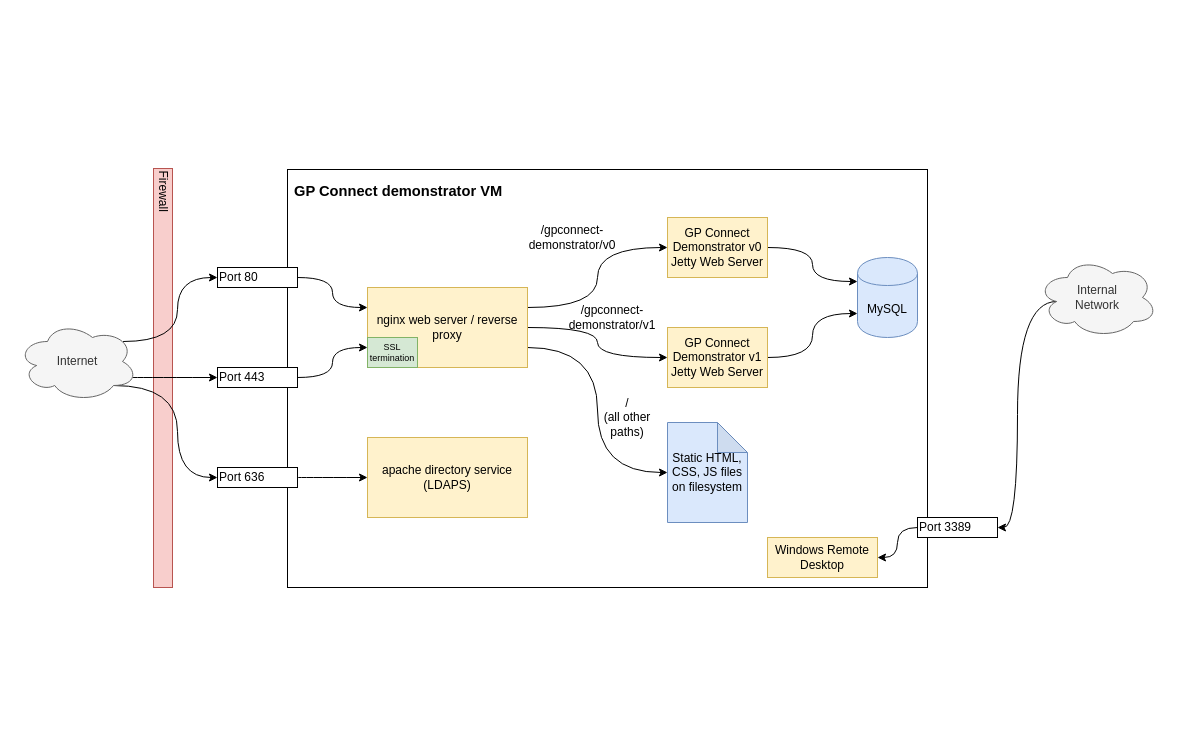
This is nginx/conf/internet-demonstrator.drawio from nhsconnect/gpconnect-demo-config, a draw.io file, before an edit. Source tidied: cells renumbered, new cells numbered last; positions are measured from the earlier drawing's top-left corner, leaving out a move shared by most shapes. Both pictures are drawn from the tidied source at 100%, with x=0, y=0 at pixel (17, 168).
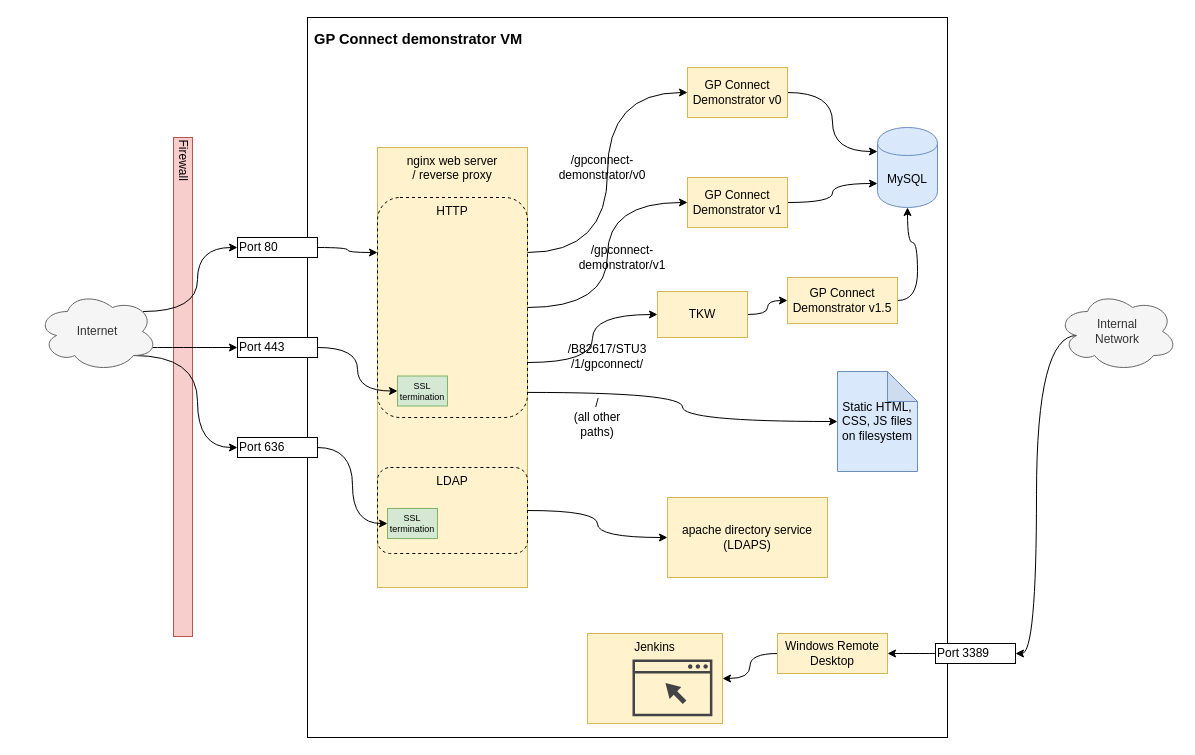
The same diagram, later.

Diff of the diagram source:
```diff
@@
+    <mxCell id="3" value="&lt;b style=&quot;font-family: &amp;#34;calibri&amp;#34; , sans-serif ; font-size: 16px&quot;&gt;&lt;span style=&quot;font-size: 11pt ; font-family: &amp;#34;arial&amp;#34; , sans-serif&quot;&gt;GP Connect demonstrator VM&lt;/span&gt;&lt;/b&gt;&lt;b style=&quot;font-family: &amp;#34;calibri&amp;#34; , sans-serif ; font-size: 16px&quot;&gt;&lt;span style=&quot;font-size: 11pt ; font-family: &amp;#34;arial&amp;#34; , sans-serif&quot;&gt;&lt;br&gt;&lt;/span&gt;&lt;/b&gt;" style="whiteSpace=wrap;html=1;align=left;verticalAlign=top;spacingLeft=5;spacingTop=5;" parent="1" vertex="1">
+      <mxGeometry x="290" y="-151" width="640" height="720" as="geometry" />
+    </mxCell>
+    <mxCell id="13" value="nginx web server &lt;br&gt;/ reverse proxy" style="rounded=0;whiteSpace=wrap;html=1;align=center;fillColor=#fff2cc;strokeColor=#d6b656;verticalAlign=top;" parent="1" vertex="1">
+      <mxGeometry x="360" y="-21" width="150" height="440" as="geometry" />
+    </mxCell>
+    <mxCell id="34" style="edgeStyle=orthogonalEdgeStyle;curved=1;jettySize=auto;html=1;exitX=1;exitY=0.75;exitDx=0;exitDy=0;entryX=0;entryY=0.5;entryDx=0;entryDy=0;" parent="1" edge="1" source="35" target="45">
+      <mxGeometry relative="1" as="geometry" />
+    </mxCell>
+    <mxCell id="35" value="HTTP" style="rounded=1;whiteSpace=wrap;html=1;fillColor=none;verticalAlign=top;dashed=1;" parent="1" vertex="1">
+      <mxGeometry x="360" y="29" width="150" height="220" as="geometry" />
+    </mxCell>
     <mxCell id="2" value="Firewall" style="rounded=0;whiteSpace=wrap;html=1;direction=east;horizontal=0;fillColor=#f8cecc;strokeColor=#b85450;labelPosition=center;verticalLabelPosition=middle;align=left;verticalAlign=middle;rotation=-180;" parent="1" vertex="1">
-      <mxGeometry x="136" width="19" height="419" as="geometry" />
+      <mxGeometry x="156" y="-31" width="19" height="499" as="geometry" />
     </mxCell>
-    <mxCell id="3" value="&lt;b style=&quot;font-family: &amp;#34;calibri&amp;#34; , sans-serif ; font-size: 16px&quot;&gt;&lt;span style=&quot;font-size: 11pt ; font-family: &amp;#34;arial&amp;#34; , sans-serif&quot;&gt;GP Connect demonstrator VM&lt;/span&gt;&lt;/b&gt;&lt;b style=&quot;font-family: &amp;#34;calibri&amp;#34; , sans-serif ; font-size: 16px&quot;&gt;&lt;span style=&quot;font-size: 11pt ; font-family: &amp;#34;arial&amp;#34; , sans-serif&quot;&gt;&lt;br&gt;&lt;/span&gt;&lt;/b&gt;" style="whiteSpace=wrap;html=1;align=left;verticalAlign=top;spacingLeft=5;spacingTop=5;" parent="1" vertex="1">
-      <mxGeometry x="270" y="1" width="640" height="418" as="geometry" />
-    </mxCell>
-    <mxCell id="4" style="edgeStyle=orthogonalEdgeStyle;jettySize=auto;html=1;exitX=1;exitY=0.5;exitDx=0;exitDy=0;entryX=0;entryY=0.25;entryDx=0;entryDy=0;curved=1;" parent="1" edge="1" source="5" target="13">
+    <mxCell id="4" style="edgeStyle=orthogonalEdgeStyle;jettySize=auto;html=1;exitX=1;exitY=0.5;exitDx=0;exitDy=0;entryX=0;entryY=0.25;entryDx=0;entryDy=0;curved=1;" parent="1" edge="1" source="5" target="35">
       <mxGeometry relative="1" as="geometry" />
     </mxCell>
     <mxCell id="5" value="Port 80" style="rounded=0;whiteSpace=wrap;html=1;align=left;" parent="1" vertex="1">
-      <mxGeometry x="200" y="99" width="80" height="20" as="geometry" />
+      <mxGeometry x="220" y="69" width="80" height="20" as="geometry" />
     </mxCell>
-    <mxCell id="6" style="edgeStyle=orthogonalEdgeStyle;jettySize=auto;html=1;exitX=1;exitY=0.5;exitDx=0;exitDy=0;entryX=0;entryY=0.75;entryDx=0;entryDy=0;curved=1;" parent="1" edge="1" source="7" target="13">
+    <mxCell id="6" style="edgeStyle=orthogonalEdgeStyle;jettySize=auto;html=1;exitX=1;exitY=0.5;exitDx=0;exitDy=0;entryX=0;entryY=0.5;entryDx=0;entryDy=0;curved=1;" parent="1" edge="1" source="7" target="14">
       <mxGeometry relative="1" as="geometry" />
     </mxCell>
     <mxCell id="7" value="Port 443" style="rounded=0;whiteSpace=wrap;html=1;align=left;" parent="1" vertex="1">
-      <mxGeometry x="200" y="199" width="80" height="20" as="geometry" />
+      <mxGeometry x="220" y="169" width="80" height="20" as="geometry" />
     </mxCell>
-    <mxCell id="8" style="edgeStyle=orthogonalEdgeStyle;curved=1;jettySize=auto;html=1;exitX=1;exitY=0.5;exitDx=0;exitDy=0;entryX=0;entryY=0.5;entryDx=0;entryDy=0;fontSize=12;" parent="1" edge="1" source="9" target="24">
-      <mxGeometry relative="1" as="geometry" />
-    </mxCell>
+    <mxCell id="36" style="edgeStyle=orthogonalEdgeStyle;jettySize=auto;html=1;exitX=1;exitY=0.5;exitDx=0;exitDy=0;entryX=0;entryY=0.5;entryDx=0;entryDy=0;curved=1;" parent="1" edge="1" source="9" target="41">
+      <mxGeometry relative="1" as="geometry" />
+    </mxCell>
     <mxCell id="9" value="Port 636" style="rounded=0;whiteSpace=wrap;html=1;align=left;" parent="1" vertex="1">
-      <mxGeometry x="200" y="299" width="80" height="20" as="geometry" />
+      <mxGeometry x="220" y="269" width="80" height="20" as="geometry" />
     </mxCell>
-    <mxCell id="10" style="edgeStyle=orthogonalEdgeStyle;jettySize=auto;html=1;exitX=1;exitY=0.25;exitDx=0;exitDy=0;entryX=0;entryY=0.5;entryDx=0;entryDy=0;fontSize=12;curved=1;" parent="1" edge="1" source="13" target="17">
+    <mxCell id="10" style="edgeStyle=orthogonalEdgeStyle;jettySize=auto;html=1;exitX=1;exitY=0.25;exitDx=0;exitDy=0;entryX=0;entryY=0.5;entryDx=0;entryDy=0;fontSize=12;curved=1;" parent="1" edge="1" source="35" target="17">
       <mxGeometry relative="1" as="geometry" />
     </mxCell>
-    <mxCell id="11" style="edgeStyle=orthogonalEdgeStyle;jettySize=auto;html=1;exitX=1;exitY=0.5;exitDx=0;exitDy=0;entryX=0;entryY=0.5;entryDx=0;entryDy=0;fontSize=12;curved=1;" parent="1" edge="1" source="13" target="19">
+    <mxCell id="11" style="edgeStyle=orthogonalEdgeStyle;jettySize=auto;html=1;exitX=1;exitY=0.5;exitDx=0;exitDy=0;entryX=0;entryY=0.5;entryDx=0;entryDy=0;fontSize=12;curved=1;" parent="1" edge="1" source="35" target="19">
       <mxGeometry relative="1" as="geometry" />
     </mxCell>
-    <mxCell id="12" style="edgeStyle=orthogonalEdgeStyle;curved=1;jettySize=auto;html=1;exitX=1;exitY=0.75;exitDx=0;exitDy=0;entryX=0;entryY=0.5;entryDx=0;entryDy=0;fontSize=12;entryPerimeter=0;" parent="1" edge="1" source="13" target="20">
-      <mxGeometry relative="1" as="geometry" />
-    </mxCell>
-    <mxCell id="13" value="nginx web server / reverse proxy" style="rounded=0;whiteSpace=wrap;html=1;align=center;fillColor=#fff2cc;strokeColor=#d6b656;" parent="1" vertex="1">
-      <mxGeometry x="350" y="119" width="160" height="80" as="geometry" />
-    </mxCell>
     <mxCell id="14" value="SSL termination&lt;br style=&quot;font-size: 9px;&quot;&gt;" style="rounded=0;whiteSpace=wrap;html=1;align=center;fontSize=9;fillColor=#d5e8d4;strokeColor=#82b366;" parent="1" vertex="1">
-      <mxGeometry x="350" y="169" width="50" height="30" as="geometry" />
+      <mxGeometry x="380" y="207.5" width="50" height="30" as="geometry" />
     </mxCell>
     <mxCell id="15" value="MySQL" style="shape=cylinder;whiteSpace=wrap;html=1;boundedLbl=1;backgroundOutline=1;fontSize=12;align=center;fillColor=#dae8fc;strokeColor=#6c8ebf;" parent="1" vertex="1">
-      <mxGeometry x="840" y="89" width="60" height="80" as="geometry" />
+      <mxGeometry x="860" y="-41" width="60" height="80" as="geometry" />
     </mxCell>
@@
-    <mxCell id="17" value="GP Connect Demonstrator v0 Jetty Web Server" style="rounded=0;whiteSpace=wrap;html=1;fontSize=12;align=center;fillColor=#fff2cc;strokeColor=#d6b656;" parent="1" vertex="1">
-      <mxGeometry x="650" y="49" width="100" height="60" as="geometry" />
+    <mxCell id="17" value="GP Connect Demonstrator v0" style="rounded=0;whiteSpace=wrap;html=1;fontSize=12;align=center;fillColor=#fff2cc;strokeColor=#d6b656;" parent="1" vertex="1">
+      <mxGeometry x="670" y="-101" width="100" height="50" as="geometry" />
     </mxCell>
@@
-    <mxCell id="19" value="GP Connect Demonstrator v1 Jetty Web Server" style="rounded=0;whiteSpace=wrap;html=1;fontSize=12;align=center;fillColor=#fff2cc;strokeColor=#d6b656;" parent="1" vertex="1">
-      <mxGeometry x="650" y="159" width="100" height="60" as="geometry" />
+    <mxCell id="19" value="GP Connect Demonstrator v1" style="rounded=0;whiteSpace=wrap;html=1;fontSize=12;align=center;fillColor=#fff2cc;strokeColor=#d6b656;" parent="1" vertex="1">
+      <mxGeometry x="670" y="9" width="100" height="50" as="geometry" />
     </mxCell>
     <mxCell id="20" value="&lt;span&gt;Static HTML, CSS, JS files on filesystem&lt;/span&gt;" style="shape=note;whiteSpace=wrap;html=1;backgroundOutline=1;darkOpacity=0.05;fontSize=12;align=center;fillColor=#dae8fc;strokeColor=#6c8ebf;" parent="1" vertex="1">
-      <mxGeometry x="650" y="254" width="80" height="100" as="geometry" />
+      <mxGeometry x="820" y="203" width="80" height="100" as="geometry" />
     </mxCell>
     <mxCell id="21" value="/gpconnect-demonstrator/v0" style="text;html=1;strokeColor=none;align=center;verticalAlign=middle;whiteSpace=wrap;rounded=0;fontSize=12;" parent="1" vertex="1">
-      <mxGeometry x="490" y="49" width="130" height="40" as="geometry" />
+      <mxGeometry x="520" y="-21" width="130" height="40" as="geometry" />
     </mxCell>
     <mxCell id="22" value="/gpconnect-demonstrator/v1" style="text;html=1;strokeColor=none;align=center;verticalAlign=middle;whiteSpace=wrap;rounded=0;fontSize=12;" parent="1" vertex="1">
-      <mxGeometry x="530" y="129" width="130" height="40" as="geometry" />
+      <mxGeometry x="540" y="69" width="130" height="40" as="geometry" />
     </mxCell>
     <mxCell id="23" value="/&lt;br&gt;(all other paths)" style="text;html=1;strokeColor=none;align=center;verticalAlign=middle;whiteSpace=wrap;rounded=0;fontSize=12;" parent="1" vertex="1">
-      <mxGeometry x="580" y="229" width="60" height="40" as="geometry" />
+      <mxGeometry x="550" y="229" width="60" height="40" as="geometry" />
     </mxCell>
     <mxCell id="24" value="apache directory service&lt;br&gt;(LDAPS)" style="rounded=0;whiteSpace=wrap;html=1;align=center;fillColor=#fff2cc;strokeColor=#d6b656;" parent="1" vertex="1">
-      <mxGeometry x="350" y="269" width="160" height="80" as="geometry" />
+      <mxGeometry x="650" y="329" width="160" height="80" as="geometry" />
     </mxCell>
@@
     <mxCell id="28" value="Internet" style="ellipse;shape=cloud;whiteSpace=wrap;html=1;fillColor=#f5f5f5;fontSize=12;align=center;strokeColor=#666666;fontColor=#333333;" parent="1" vertex="1">
-      <mxGeometry y="153" width="120" height="80" as="geometry" />
+      <mxGeometry x="20" y="123" width="120" height="80" as="geometry" />
     </mxCell>
@@
     <mxCell id="30" value="Internal &lt;br&gt;Network" style="ellipse;shape=cloud;whiteSpace=wrap;html=1;fillColor=#f5f5f5;fontSize=12;align=center;strokeColor=#666666;fontColor=#333333;" parent="1" vertex="1">
-      <mxGeometry x="1020" y="89" width="120" height="80" as="geometry" />
+      <mxGeometry x="1040" y="123" width="120" height="80" as="geometry" />
     </mxCell>
-    <mxCell id="31" style="edgeStyle=orthogonalEdgeStyle;curved=1;jettySize=auto;html=1;exitX=0;exitY=0.5;exitDx=0;exitDy=0;entryX=1;entryY=0.5;entryDx=0;entryDy=0;fontSize=12;" parent="1" edge="1" source="32" target="33">
+    <mxCell id="31" style="edgeStyle=orthogonalEdgeStyle;curved=1;jettySize=auto;html=1;exitX=0;exitY=0.5;exitDx=0;exitDy=0;" parent="1" edge="1" source="32" target="33">
       <mxGeometry relative="1" as="geometry" />
     </mxCell>
     <mxCell id="32" value="Port 3389" style="rounded=0;whiteSpace=wrap;html=1;align=left;" parent="1" vertex="1">
-      <mxGeometry x="900" y="349" width="80" height="20" as="geometry" />
+      <mxGeometry x="918" y="475" width="80" height="20" as="geometry" />
     </mxCell>
+    <mxCell id="37" style="edgeStyle=orthogonalEdgeStyle;curved=1;jettySize=auto;html=1;exitX=0;exitY=0.5;exitDx=0;exitDy=0;entryX=1;entryY=0.5;entryDx=0;entryDy=0;" parent="1" edge="1" source="33" target="47">
+      <mxGeometry relative="1" as="geometry" />
+    </mxCell>
     <mxCell id="33" value="Windows Remote Desktop" style="rounded=0;whiteSpace=wrap;html=1;fillColor=#fff2cc;fontSize=12;align=center;strokeColor=#d6b656;" parent="1" vertex="1">
-      <mxGeometry x="750" y="369" width="110" height="40" as="geometry" />
+      <mxGeometry x="760" y="465" width="110" height="40" as="geometry" />
     </mxCell>
+    <mxCell id="38" style="edgeStyle=orthogonalEdgeStyle;curved=1;jettySize=auto;html=1;exitX=1;exitY=0.5;exitDx=0;exitDy=0;entryX=0;entryY=0.5;entryDx=0;entryDy=0;" parent="1" edge="1" source="40" target="24">
+      <mxGeometry relative="1" as="geometry" />
+    </mxCell>
+    <mxCell id="39" style="edgeStyle=orthogonalEdgeStyle;curved=1;jettySize=auto;html=1;exitX=1;exitY=0.886;exitDx=0;exitDy=0;entryX=0;entryY=0.5;entryDx=0;entryDy=0;entryPerimeter=0;exitPerimeter=0;" parent="1" edge="1" source="35" target="20">
+      <mxGeometry relative="1" as="geometry" />
+    </mxCell>
+    <mxCell id="40" value="LDAP" style="rounded=1;whiteSpace=wrap;html=1;fillColor=none;verticalAlign=top;dashed=1;" parent="1" vertex="1">
+      <mxGeometry x="360" y="299" width="150" height="86" as="geometry" />
+    </mxCell>
+    <mxCell id="41" value="SSL termination&lt;br style=&quot;font-size: 9px;&quot;&gt;" style="rounded=0;whiteSpace=wrap;html=1;align=center;fontSize=9;fillColor=#d5e8d4;strokeColor=#82b366;" parent="1" vertex="1">
+      <mxGeometry x="370" y="340" width="50" height="30" as="geometry" />
+    </mxCell>
+    <mxCell id="42" style="edgeStyle=orthogonalEdgeStyle;curved=1;jettySize=auto;html=1;exitX=1;exitY=0.5;exitDx=0;exitDy=0;entryX=0.5;entryY=1;entryDx=0;entryDy=0;" parent="1" edge="1" source="43" target="15">
+      <mxGeometry relative="1" as="geometry" />
+    </mxCell>
+    <mxCell id="43" value="GP Connect Demonstrator v1.5" style="rounded=0;whiteSpace=wrap;html=1;fontSize=12;align=center;fillColor=#fff2cc;strokeColor=#d6b656;" parent="1" vertex="1">
+      <mxGeometry x="770" y="109" width="110" height="46" as="geometry" />
+    </mxCell>
+    <mxCell id="44" style="edgeStyle=orthogonalEdgeStyle;curved=1;jettySize=auto;html=1;exitX=1;exitY=0.5;exitDx=0;exitDy=0;entryX=0;entryY=0.5;entryDx=0;entryDy=0;" parent="1" edge="1" source="45" target="43">
+      <mxGeometry relative="1" as="geometry" />
+    </mxCell>
+    <mxCell id="45" value="TKW" style="rounded=0;whiteSpace=wrap;html=1;fontSize=12;align=center;fillColor=#fff2cc;strokeColor=#d6b656;" parent="1" vertex="1">
+      <mxGeometry x="640" y="123" width="90" height="46" as="geometry" />
+    </mxCell>
+    <mxCell id="46" value="/B82617/STU3&lt;br&gt;/1/gpconnect/" style="text;html=1;strokeColor=none;align=center;verticalAlign=middle;whiteSpace=wrap;rounded=0;fontSize=12;" parent="1" vertex="1">
+      <mxGeometry x="540" y="167.5" width="100" height="40" as="geometry" />
+    </mxCell>
+    <mxCell id="47" value="Jenkins" style="rounded=0;whiteSpace=wrap;html=1;fillColor=#fff2cc;fontSize=12;align=center;strokeColor=#d6b656;verticalAlign=top;" parent="1" vertex="1">
+      <mxGeometry x="570" y="465" width="135" height="90" as="geometry" />
+    </mxCell>
+    <mxCell id="48" style="shadow=0;dashed=0;html=1;strokeColor=none;fillColor=#434445;labelPosition=center;verticalLabelPosition=bottom;verticalAlign=top;align=center;shape=mxgraph.vvd.web_browser;" parent="1" vertex="1">
+      <mxGeometry x="615" y="491" width="79.9" height="56.8" as="geometry" />
+    </mxCell>
```
